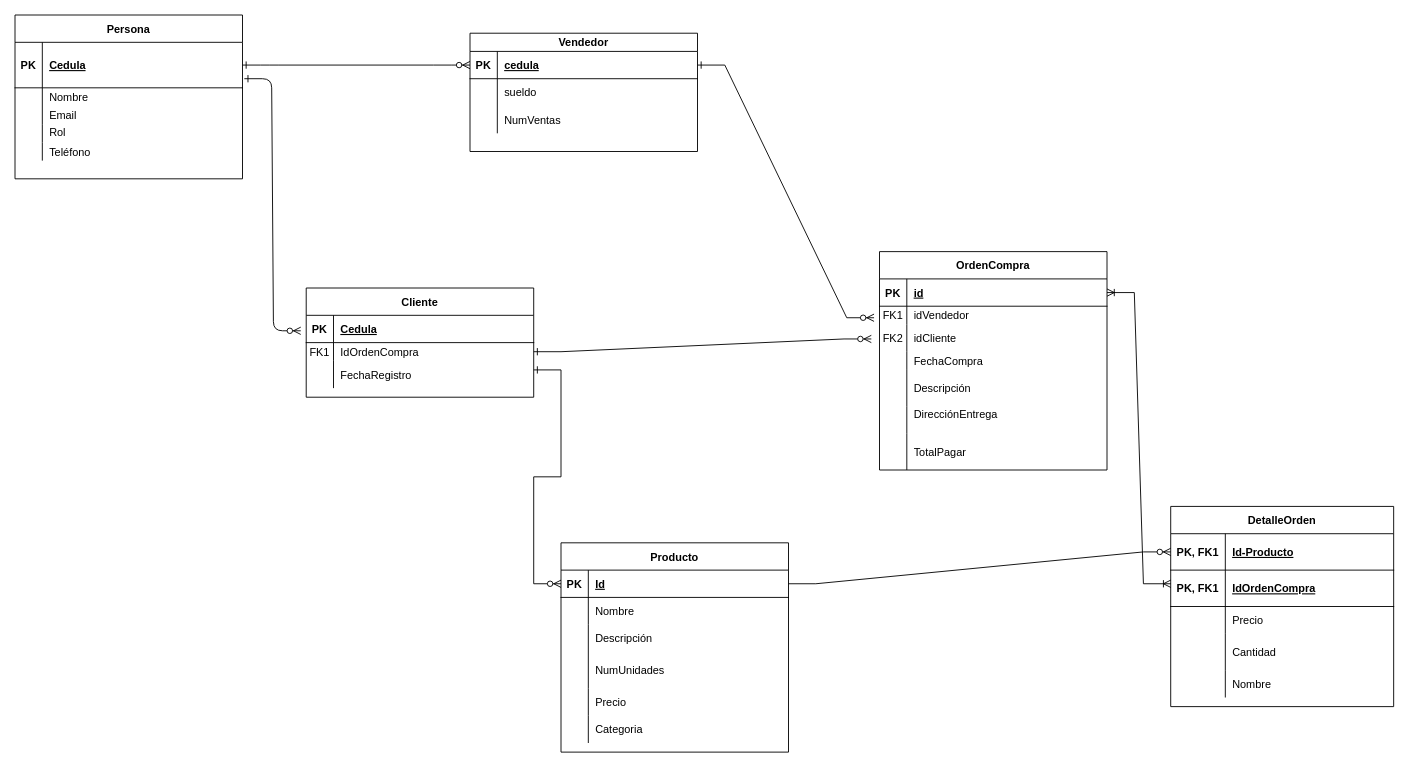
leonyudithk/Bakery-Shop keeps this draw.io diagram as ER.drawio. Above is the earlier version. Source tidied: cells renumbered, new cells numbered last; positions are measured from the earlier drawing's top-left corner, leaving out a move shared by most shapes. Both pictures are drawn from the tidied source at 91%, with x=0, y=0 at pixel (15, 15).
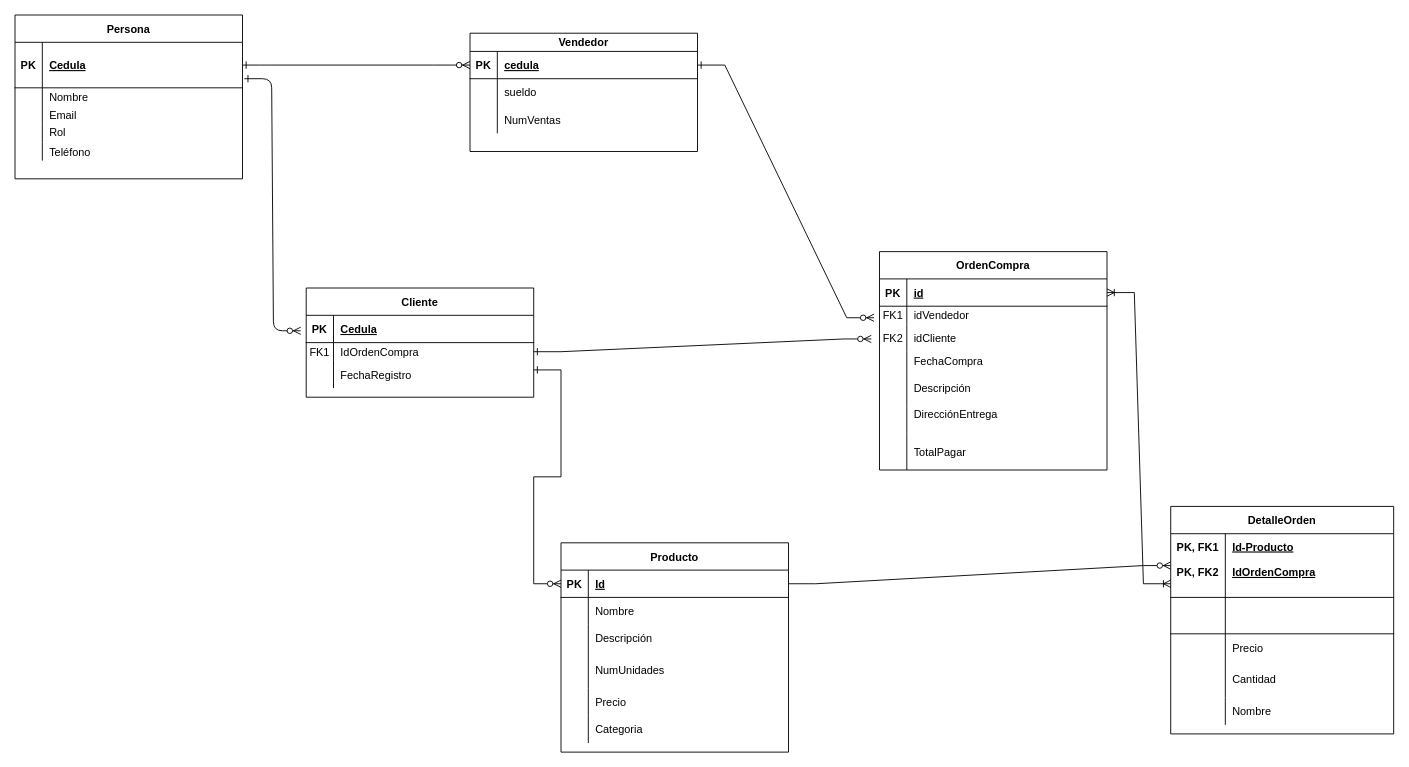
Above is the later version.

What changed in the source:
```diff
@@
     <mxCell id="84" value="DetalleOrden" style="shape=table;startSize=30;childLayout=tableLayout;rowLines=0;fontStyle=1;align=center;" parent="1" vertex="1">
-      <mxGeometry x="1270" y="540" width="245" height="220" as="geometry" />
+      <mxGeometry x="1270" y="540" width="245" height="250" as="geometry" />
     </mxCell>
     <mxCell id="85" style="shape=partialRectangle;fillColor=none;points=[[0,0.5],[1,0.5]];portConstraint=eastwest;top=0;left=0;right=0;bottom=1;" parent="84" vertex="1">
-      <mxGeometry y="30" width="245" height="40" as="geometry" />
+      <mxGeometry y="30" width="245" height="70" as="geometry" />
     </mxCell>
-    <mxCell id="86" value="PK, FK1" style="shape=partialRectangle;overflow=hidden;fillColor=none;top=0;left=0;bottom=0;right=0;fontStyle=1;" parent="85" vertex="1">
-      <mxGeometry width="60" height="40" as="geometry" />
+    <mxCell id="86" value="PK, FK1&#10;&#10;PK, FK2&#10;" style="shape=partialRectangle;overflow=hidden;fillColor=none;top=0;left=0;bottom=0;right=0;fontStyle=1;" parent="85" vertex="1">
+      <mxGeometry width="60" height="70" as="geometry" />
     </mxCell>
-    <mxCell id="87" value="Id-Producto" style="shape=partialRectangle;overflow=hidden;fillColor=none;top=0;left=0;bottom=0;right=0;align=left;spacingLeft=6;fontStyle=5;" parent="85" vertex="1">
-      <mxGeometry x="60" width="185" height="40" as="geometry" />
+    <mxCell id="87" value="Id-Producto&#10;&#10;IdOrdenCompra&#10;" style="shape=partialRectangle;overflow=hidden;fillColor=none;top=0;left=0;bottom=0;right=0;align=left;spacingLeft=6;fontStyle=5;" parent="85" vertex="1">
+      <mxGeometry x="60" width="185" height="70" as="geometry" />
     </mxCell>
     <mxCell id="88" style="shape=partialRectangle;fillColor=none;top=0;left=0;right=0;bottom=1;" parent="84" vertex="1">
-      <mxGeometry y="70" width="245" height="40" as="geometry" />
+      <mxGeometry y="100" width="245" height="40" as="geometry" />
     </mxCell>
-    <mxCell id="89" value="PK, FK1" style="shape=partialRectangle;overflow=hidden;fillColor=none;top=0;left=0;bottom=0;right=0;fontStyle=1;" parent="88" vertex="1">
+    <mxCell id="89" style="shape=partialRectangle;overflow=hidden;fillColor=none;top=0;left=0;bottom=0;right=0;fontStyle=1;" parent="88" vertex="1">
       <mxGeometry width="60" height="40" as="geometry" />
     </mxCell>
-    <mxCell id="90" value="IdOrdenCompra" style="shape=partialRectangle;overflow=hidden;fillColor=none;top=0;left=0;bottom=0;right=0;align=left;spacingLeft=6;fontStyle=5;" parent="88" vertex="1">
+    <mxCell id="90" style="shape=partialRectangle;overflow=hidden;fillColor=none;top=0;left=0;bottom=0;right=0;align=left;spacingLeft=6;fontStyle=5;" parent="88" vertex="1">
       <mxGeometry x="60" width="185" height="40" as="geometry" />
     </mxCell>
     <mxCell id="91" style="shape=partialRectangle;fillColor=none;top=0;left=0;right=0;bottom=0;" parent="84" vertex="1">
-      <mxGeometry y="110" width="245" height="30" as="geometry" />
+      <mxGeometry y="140" width="245" height="30" as="geometry" />
     </mxCell>
@@
     <mxCell id="94" style="shape=partialRectangle;fillColor=none;top=0;left=0;right=0;bottom=0;" parent="84" vertex="1">
-      <mxGeometry y="140" width="245" height="40" as="geometry" />
+      <mxGeometry y="170" width="245" height="40" as="geometry" />
     </mxCell>
@@
     <mxCell id="97" style="shape=partialRectangle;fillColor=none;top=0;left=0;right=0;bottom=0;" parent="84" vertex="1">
-      <mxGeometry y="180" width="245" height="30" as="geometry" />
+      <mxGeometry y="210" width="245" height="30" as="geometry" />
     </mxCell>
```
